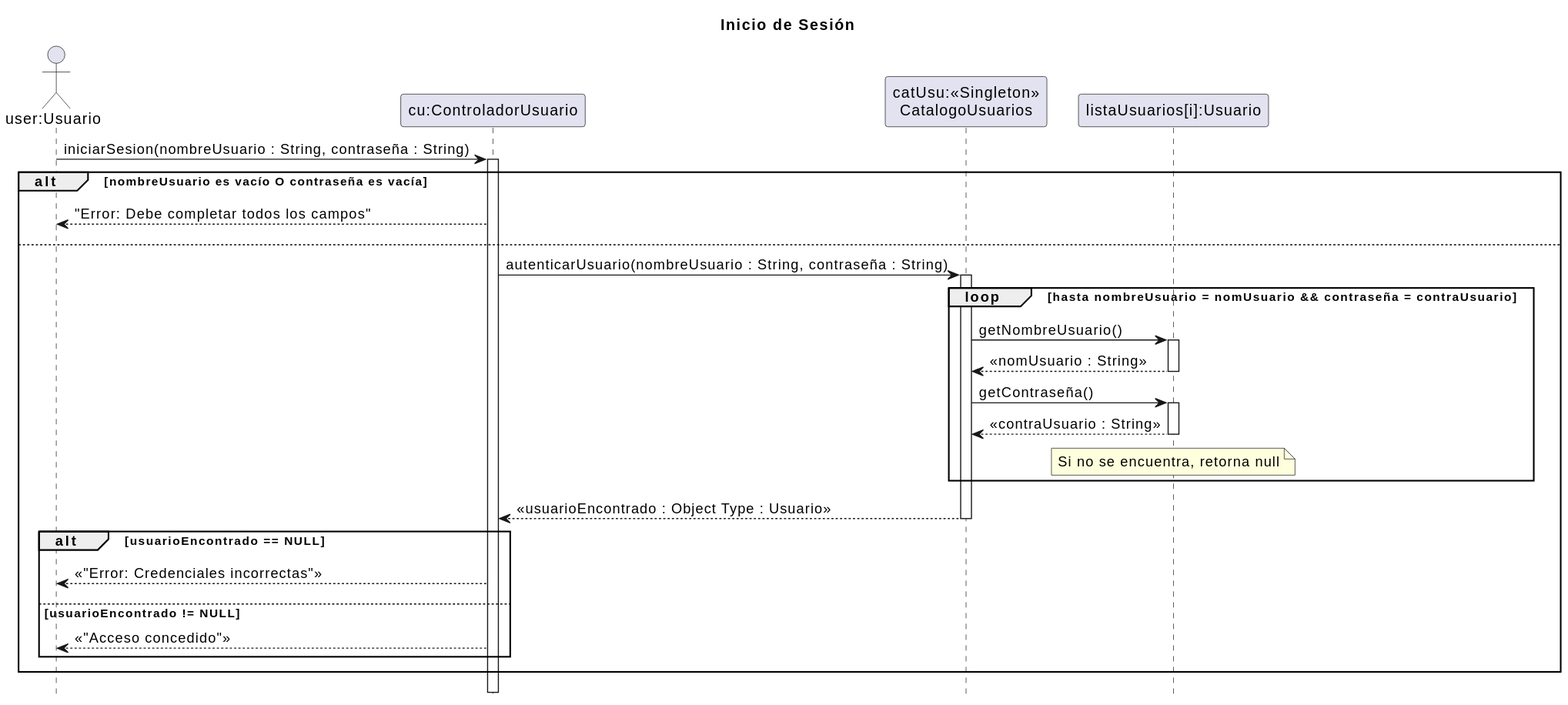
Before: 08 - Diagramas de Secuencia de Diseño/InicioSesión/InicioSesion.svg, a diagram exported from PlantUML (zEzequR/PF-I).
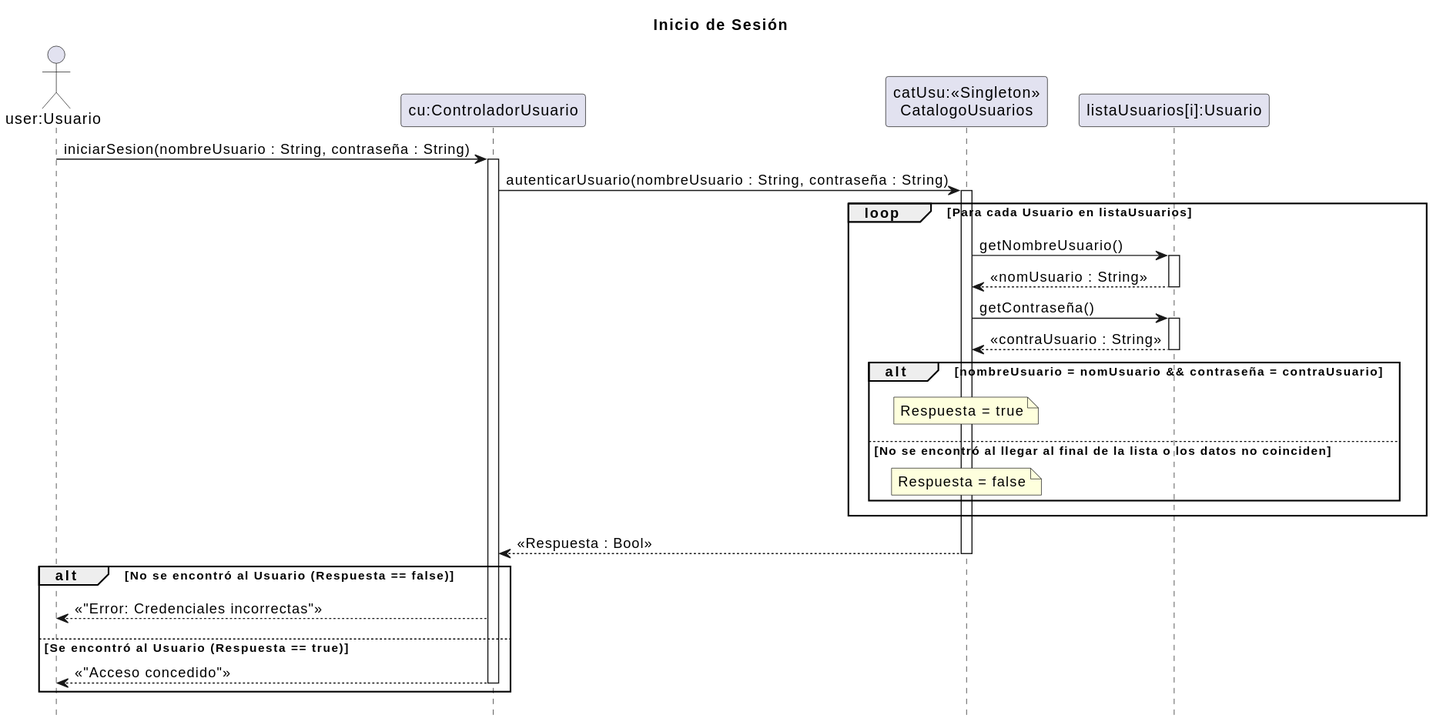
Above is the later version.

Change to the diagram source:
```diff
@@ -11,34 +11,33 @@
 user -> cu : iniciarSesion(nombreUsuario : String, contraseña : String)
 activate cu
 
-alt nombreUsuario es vacío O contraseña es vacía
-    cu --> user : "Error: Debe completar todos los campos"
-else
 
-    cu -> catUsu : autenticarUsuario(nombreUsuario : String, contraseña : String)
-    activate catUsu
+cu -> catUsu : autenticarUsuario(nombreUsuario : String, contraseña : String)
+activate catUsu
 
-    loop hasta nombreUsuario = nomUsuario && contraseña = contraUsuario
-        catUsu -> arrayUsu : getNombreUsuario()
-        activate arrayUsu
-        arrayUsu --> catUsu : <<nomUsuario : String>>
-        deactivate arrayUsu
-        catUsu -> arrayUsu : getContraseña()
-        activate arrayUsu
-        arrayUsu --> catUsu : <<contraUsuario : String>>
-        deactivate arrayUsu
-        note over of arrayUsu: Si no se encuentra, retorna null
-    end
-
-    catUsu --> cu : <<usuarioEncontrado : Object Type : Usuario>>
-    deactivate catUsu
-
-    alt usuarioEncontrado == NULL
-        cu --> user : <<"Error: Credenciales incorrectas">>
-    else usuarioEncontrado != NULL
-        cu --> user : <<"Acceso concedido">>
+loop Para cada Usuario en listaUsuarios
+    catUsu -> arrayUsu : getNombreUsuario()
+    activate arrayUsu
+    arrayUsu --> catUsu : <<nomUsuario : String>>
+    deactivate arrayUsu
+    catUsu -> arrayUsu : getContraseña()
+    activate arrayUsu
+    arrayUsu --> catUsu : <<contraUsuario : String>>
+    deactivate arrayUsu
+    alt nombreUsuario = nomUsuario && contraseña = contraUsuario
+        note over of catUsu: Respuesta = true
+    else No se encontró al llegar al final de la lista o los datos no coinciden
+        note over of catUsu: Respuesta = false
     end
 end
 
-deactivate cu
+catUsu --> cu : <<Respuesta : Bool>>
+deactivate catUsu
+
+alt No se encontró al Usuario (Respuesta == false)
+    cu --> user : <<"Error: Credenciales incorrectas">>
+else Se encontró al Usuario (Respuesta == true)
+    cu --> user : <<"Acceso concedido">>
+    deactivate cu
+end
 @enduml
```
